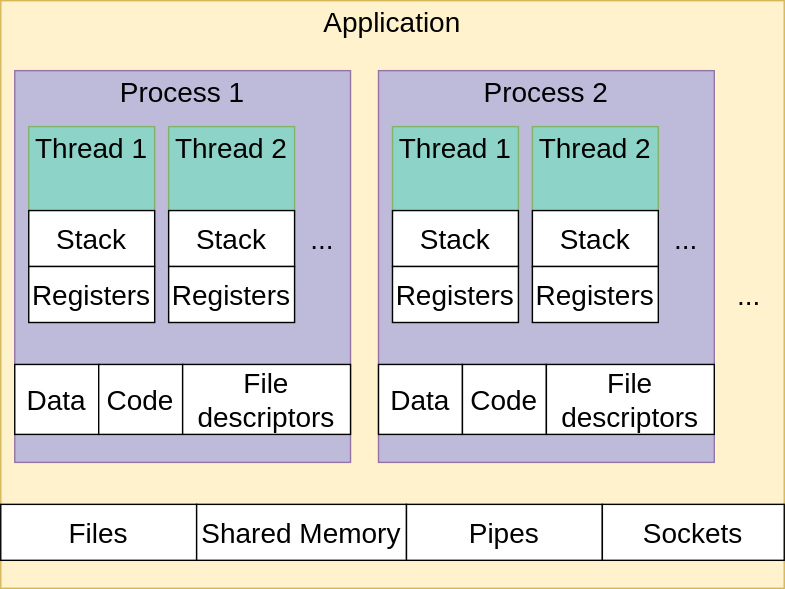
This is content/chapters/compute/lecture/media/app-process-thread.svg from VladNastase/operating-systems, a draw.io export, as it was before one commit. Source tidied: cells renumbered, new cells last; positions are measured from the earlier drawing's top-left corner, leaving out a move shared by most shapes.
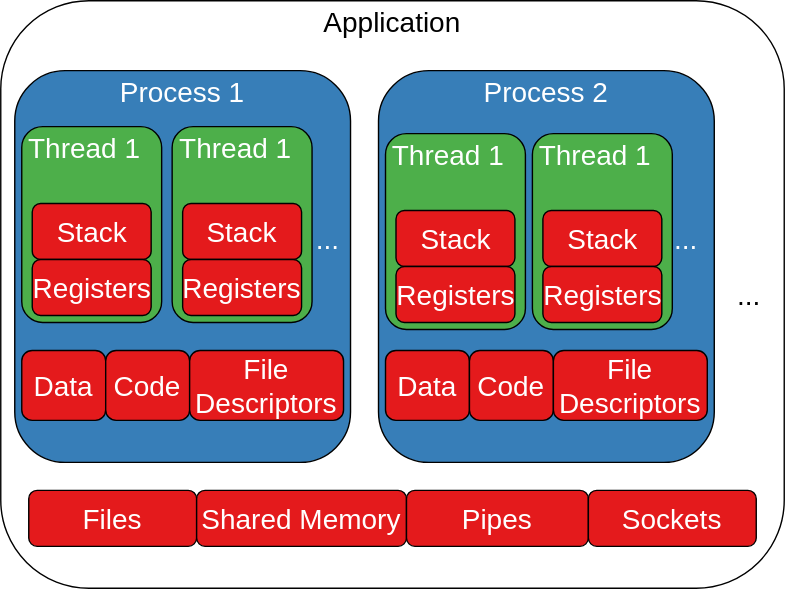
The same file after the commit.

What changed in the source:
```diff
@@ -2,110 +2,110 @@
   <root>
     <mxCell id="0" />
     <mxCell id="1" parent="0" />
-    <mxCell id="2" style="rounded=0;whiteSpace=wrap;html=1;fontSize=20;fillColor=#fff2cc;strokeColor=#d6b656;" parent="1" vertex="1">
+    <mxCell id="2" style="rounded=1;whiteSpace=wrap;html=1;fontSize=20;fillColor=#FFFFFF;strokeColor=#000000;fontColor=#FFFFFF;" parent="1" vertex="1">
       <mxGeometry width="560" height="420" as="geometry" />
     </mxCell>
-    <mxCell id="3" style="rounded=0;whiteSpace=wrap;html=1;fontSize=20;fillColor=#bebada;strokeColor=#9673a6;" parent="1" vertex="1">
+    <mxCell id="3" style="rounded=1;whiteSpace=wrap;html=1;fontSize=20;fillColor=#377eb8;strokeColor=#000000;fontColor=#FFFFFF;" parent="1" vertex="1">
       <mxGeometry x="10" y="50" width="240" height="280" as="geometry" />
     </mxCell>
-    <mxCell id="4" value="Application" style="text;html=1;strokeColor=none;fillColor=none;align=center;verticalAlign=middle;whiteSpace=wrap;rounded=0;fontSize=20;" parent="1" vertex="1">
+    <mxCell id="4" value="Application" style="text;html=1;strokeColor=none;fillColor=none;align=center;verticalAlign=middle;whiteSpace=wrap;rounded=0;fontSize=20;fontColor=#000000;" parent="1" vertex="1">
       <mxGeometry x="230" width="100" height="30" as="geometry" />
     </mxCell>
-    <mxCell id="5" value="Process 1" style="text;html=1;strokeColor=none;fillColor=none;align=center;verticalAlign=middle;whiteSpace=wrap;rounded=0;fontSize=20;" parent="1" vertex="1">
+    <mxCell id="5" value="Process 1" style="text;html=1;strokeColor=none;fillColor=none;align=center;verticalAlign=middle;whiteSpace=wrap;rounded=0;fontSize=20;fontColor=#FFFFFF;" parent="1" vertex="1">
       <mxGeometry x="80" y="50" width="100" height="30" as="geometry" />
     </mxCell>
-    <mxCell id="6" style="rounded=0;whiteSpace=wrap;html=1;fontSize=20;fillColor=#8dd3c7;strokeColor=#82b366;" parent="1" vertex="1">
-      <mxGeometry x="20" y="90" width="90" height="140" as="geometry" />
+    <mxCell id="6" style="rounded=1;whiteSpace=wrap;html=1;fontSize=20;fillColor=#4daf4a;strokeColor=#000000;fontColor=#FFFFFF;" parent="1" vertex="1">
+      <mxGeometry x="15" y="90" width="100" height="140" as="geometry" />
     </mxCell>
-    <mxCell id="7" value="Thread 1" style="text;html=1;strokeColor=none;fillColor=none;align=center;verticalAlign=middle;whiteSpace=wrap;rounded=0;fontSize=20;" parent="1" vertex="1">
-      <mxGeometry x="20" y="90" width="90" height="30" as="geometry" />
+    <mxCell id="7" value="Thread 1" style="text;html=1;strokeColor=none;fillColor=none;align=center;verticalAlign=middle;whiteSpace=wrap;rounded=0;fontSize=20;fontColor=#FFFFFF;" parent="1" vertex="1">
+      <mxGeometry x="15" y="90" width="90" height="30" as="geometry" />
     </mxCell>
-    <mxCell id="8" value="..." style="text;html=1;strokeColor=none;fillColor=none;align=center;verticalAlign=middle;whiteSpace=wrap;rounded=0;fontSize=20;" parent="1" vertex="1">
-      <mxGeometry x="210" y="155" width="40" height="30" as="geometry" />
+    <mxCell id="8" value="..." style="text;html=1;strokeColor=none;fillColor=none;align=center;verticalAlign=middle;whiteSpace=wrap;rounded=0;fontSize=20;fontColor=#FFFFFF;" parent="1" vertex="1">
+      <mxGeometry x="215" y="155" width="37.5" height="30" as="geometry" />
     </mxCell>
-    <mxCell id="9" value="Stack" style="rounded=0;whiteSpace=wrap;html=1;fontSize=20;" parent="1" vertex="1">
-      <mxGeometry x="20" y="150" width="90" height="40" as="geometry" />
-    </mxCell>
-    <mxCell id="10" value="Registers" style="rounded=0;whiteSpace=wrap;html=1;fontSize=20;" parent="1" vertex="1">
-      <mxGeometry x="20" y="190" width="90" height="40" as="geometry" />
-    </mxCell>
-    <mxCell id="11" style="rounded=0;whiteSpace=wrap;html=1;fontSize=20;fillColor=#8dd3c7;strokeColor=#82b366;" parent="1" vertex="1">
-      <mxGeometry x="120" y="90" width="90" height="140" as="geometry" />
-    </mxCell>
-    <mxCell id="12" value="Thread 2" style="text;html=1;strokeColor=none;fillColor=none;align=center;verticalAlign=middle;whiteSpace=wrap;rounded=0;fontSize=20;" parent="1" vertex="1">
-      <mxGeometry x="120" y="90" width="90" height="30" as="geometry" />
-    </mxCell>
-    <mxCell id="13" value="Stack" style="rounded=0;whiteSpace=wrap;html=1;fontSize=20;" parent="1" vertex="1">
-      <mxGeometry x="120" y="150" width="90" height="40" as="geometry" />
-    </mxCell>
-    <mxCell id="14" value="Registers" style="rounded=0;whiteSpace=wrap;html=1;fontSize=20;" parent="1" vertex="1">
-      <mxGeometry x="120" y="190" width="90" height="40" as="geometry" />
-    </mxCell>
-    <mxCell id="15" value="Data" style="rounded=0;whiteSpace=wrap;html=1;fontSize=20;" parent="1" vertex="1">
-      <mxGeometry x="10" y="260" width="60" height="50" as="geometry" />
+    <mxCell id="15" value="Data" style="rounded=1;whiteSpace=wrap;html=1;fontSize=20;fillColor=#E41A1C;fontColor=#FFFFFF;" parent="1" vertex="1">
+      <mxGeometry x="15" y="250" width="60" height="50" as="geometry" />
     </mxCell>
-    <mxCell id="16" value="Code" style="rounded=0;whiteSpace=wrap;html=1;fontSize=20;" parent="1" vertex="1">
-      <mxGeometry x="70" y="260" width="60" height="50" as="geometry" />
+    <mxCell id="16" value="Code" style="rounded=1;whiteSpace=wrap;html=1;fontSize=20;fillColor=#E41A1C;fontColor=#FFFFFF;" parent="1" vertex="1">
+      <mxGeometry x="75" y="250" width="60" height="50" as="geometry" />
     </mxCell>
-    <mxCell id="17" value="File descriptors" style="rounded=0;whiteSpace=wrap;html=1;fontSize=20;" parent="1" vertex="1">
-      <mxGeometry x="130" y="260" width="120" height="50" as="geometry" />
+    <mxCell id="17" value="File Descriptors" style="rounded=1;whiteSpace=wrap;html=1;fontSize=20;fillColor=#E41A1C;fontColor=#FFFFFF;" parent="1" vertex="1">
+      <mxGeometry x="135" y="250" width="110" height="50" as="geometry" />
     </mxCell>
-    <mxCell id="18" style="rounded=0;whiteSpace=wrap;html=1;fontSize=20;fillColor=#bebada;strokeColor=#9673a6;" parent="1" vertex="1">
+    <mxCell id="18" style="rounded=1;whiteSpace=wrap;html=1;fontSize=20;fillColor=#377eb8;strokeColor=#000000;fontColor=#FFFFFF;" parent="1" vertex="1">
       <mxGeometry x="270" y="50" width="240" height="280" as="geometry" />
     </mxCell>
-    <mxCell id="19" value="Process 2" style="text;html=1;strokeColor=none;fillColor=none;align=center;verticalAlign=middle;whiteSpace=wrap;rounded=0;fontSize=20;" parent="1" vertex="1">
+    <mxCell id="19" value="Process 2" style="text;html=1;strokeColor=none;fillColor=none;align=center;verticalAlign=middle;whiteSpace=wrap;rounded=0;fontSize=20;fontColor=#FFFFFF;" parent="1" vertex="1">
       <mxGeometry x="340" y="50" width="100" height="30" as="geometry" />
     </mxCell>
-    <mxCell id="20" style="rounded=0;whiteSpace=wrap;html=1;fontSize=20;fillColor=#8dd3c7;strokeColor=#82b366;" parent="1" vertex="1">
-      <mxGeometry x="280" y="90" width="90" height="140" as="geometry" />
-    </mxCell>
-    <mxCell id="21" value="Thread 1" style="text;html=1;strokeColor=none;fillColor=none;align=center;verticalAlign=middle;whiteSpace=wrap;rounded=0;fontSize=20;" parent="1" vertex="1">
-      <mxGeometry x="280" y="90" width="90" height="30" as="geometry" />
-    </mxCell>
-    <mxCell id="22" value="..." style="text;html=1;strokeColor=none;fillColor=none;align=center;verticalAlign=middle;whiteSpace=wrap;rounded=0;fontSize=20;" parent="1" vertex="1">
+    <mxCell id="22" value="..." style="text;html=1;strokeColor=none;fillColor=none;align=center;verticalAlign=middle;whiteSpace=wrap;rounded=0;fontSize=20;fontColor=#FFFFFF;" parent="1" vertex="1">
       <mxGeometry x="470" y="155" width="40" height="30" as="geometry" />
     </mxCell>
-    <mxCell id="23" value="Stack" style="rounded=0;whiteSpace=wrap;html=1;fontSize=20;" parent="1" vertex="1">
-      <mxGeometry x="280" y="150" width="90" height="40" as="geometry" />
-    </mxCell>
-    <mxCell id="24" value="Registers" style="rounded=0;whiteSpace=wrap;html=1;fontSize=20;" parent="1" vertex="1">
-      <mxGeometry x="280" y="190" width="90" height="40" as="geometry" />
-    </mxCell>
-    <mxCell id="25" style="rounded=0;whiteSpace=wrap;html=1;fontSize=20;fillColor=#8dd3c7;strokeColor=#82b366;" parent="1" vertex="1">
-      <mxGeometry x="380" y="90" width="90" height="140" as="geometry" />
-    </mxCell>
-    <mxCell id="26" value="Thread 2" style="text;html=1;strokeColor=none;fillColor=none;align=center;verticalAlign=middle;whiteSpace=wrap;rounded=0;fontSize=20;" parent="1" vertex="1">
-      <mxGeometry x="380" y="90" width="90" height="30" as="geometry" />
-    </mxCell>
-    <mxCell id="27" value="Stack" style="rounded=0;whiteSpace=wrap;html=1;fontSize=20;" parent="1" vertex="1">
-      <mxGeometry x="380" y="150" width="90" height="40" as="geometry" />
-    </mxCell>
-    <mxCell id="28" value="Registers" style="rounded=0;whiteSpace=wrap;html=1;fontSize=20;" parent="1" vertex="1">
-      <mxGeometry x="380" y="190" width="90" height="40" as="geometry" />
-    </mxCell>
-    <mxCell id="29" value="Data" style="rounded=0;whiteSpace=wrap;html=1;fontSize=20;" parent="1" vertex="1">
-      <mxGeometry x="270" y="260" width="60" height="50" as="geometry" />
-    </mxCell>
-    <mxCell id="30" value="Code" style="rounded=0;whiteSpace=wrap;html=1;fontSize=20;" parent="1" vertex="1">
-      <mxGeometry x="330" y="260" width="60" height="50" as="geometry" />
-    </mxCell>
-    <mxCell id="31" value="File descriptors" style="rounded=0;whiteSpace=wrap;html=1;fontSize=20;" parent="1" vertex="1">
-      <mxGeometry x="390" y="260" width="120" height="50" as="geometry" />
-    </mxCell>
-    <mxCell id="32" value="..." style="text;html=1;strokeColor=none;fillColor=none;align=center;verticalAlign=middle;whiteSpace=wrap;rounded=0;fontSize=20;" parent="1" vertex="1">
+    <mxCell id="32" value="..." style="text;html=1;strokeColor=none;fillColor=none;align=center;verticalAlign=middle;whiteSpace=wrap;rounded=0;fontSize=20;fontColor=#000000;" parent="1" vertex="1">
       <mxGeometry x="510" y="195" width="50" height="30" as="geometry" />
     </mxCell>
-    <mxCell id="33" value="Files" style="rounded=0;whiteSpace=wrap;html=1;fontSize=20;" parent="1" vertex="1">
-      <mxGeometry y="360" width="140" height="40" as="geometry" />
+    <mxCell id="33" value="Files" style="rounded=1;whiteSpace=wrap;html=1;fontSize=20;fillColor=#E41A1C;fontColor=#FFFFFF;" parent="1" vertex="1">
+      <mxGeometry x="20" y="350" width="120" height="40" as="geometry" />
     </mxCell>
-    <mxCell id="34" value="Shared Memory" style="rounded=0;whiteSpace=wrap;html=1;fontSize=20;" parent="1" vertex="1">
-      <mxGeometry x="140" y="360" width="150" height="40" as="geometry" />
+    <mxCell id="34" value="Shared Memory" style="rounded=1;whiteSpace=wrap;html=1;fontSize=20;fillColor=#E41A1C;fontColor=#FFFFFF;" parent="1" vertex="1">
+      <mxGeometry x="140" y="350" width="150" height="40" as="geometry" />
     </mxCell>
-    <mxCell id="35" value="Pipes" style="rounded=0;whiteSpace=wrap;html=1;fontSize=20;" parent="1" vertex="1">
-      <mxGeometry x="290" y="360" width="140" height="40" as="geometry" />
+    <mxCell id="35" value="Pipes" style="rounded=1;whiteSpace=wrap;html=1;fontSize=20;fillColor=#E41A1C;fontColor=#FFFFFF;" parent="1" vertex="1">
+      <mxGeometry x="290" y="350" width="130" height="40" as="geometry" />
     </mxCell>
-    <mxCell id="36" value="Sockets" style="rounded=0;whiteSpace=wrap;html=1;fontSize=20;" parent="1" vertex="1">
-      <mxGeometry x="430" y="360" width="130" height="40" as="geometry" />
+    <mxCell id="36" value="Sockets" style="rounded=1;whiteSpace=wrap;html=1;fontSize=20;fillColor=#E41A1C;fontColor=#FFFFFF;" parent="1" vertex="1">
+      <mxGeometry x="420" y="350" width="120" height="40" as="geometry" />
     </mxCell>
+    <mxCell id="29" value="Data" style="rounded=1;whiteSpace=wrap;html=1;fontSize=20;fillColor=#E41A1C;fontColor=#FFFFFF;" parent="1" vertex="1">
+      <mxGeometry x="275" y="250" width="60" height="50" as="geometry" />
+    </mxCell>
+    <mxCell id="30" value="Code" style="rounded=1;whiteSpace=wrap;html=1;fontSize=20;fillColor=#E41A1C;fontColor=#FFFFFF;" parent="1" vertex="1">
+      <mxGeometry x="335" y="250" width="60" height="50" as="geometry" />
+    </mxCell>
+    <mxCell id="37" value="File Descriptors" style="rounded=1;whiteSpace=wrap;html=1;fontSize=20;fillColor=#E41A1C;fontColor=#FFFFFF;" parent="1" vertex="1">
+      <mxGeometry x="395" y="250" width="110" height="50" as="geometry" />
+    </mxCell>
+    <mxCell id="38" value="Stack" style="rounded=1;whiteSpace=wrap;html=1;fontSize=20;fillColor=#E41A1C;fontColor=#FFFFFF;" parent="1" vertex="1">
+      <mxGeometry x="22.5" y="145" width="85" height="40" as="geometry" />
+    </mxCell>
+    <mxCell id="39" value="Registers" style="rounded=1;whiteSpace=wrap;html=1;fontSize=20;fillColor=#E41A1C;fontColor=#FFFFFF;" parent="1" vertex="1">
+      <mxGeometry x="22.5" y="185" width="85" height="40" as="geometry" />
+    </mxCell>
+    <mxCell id="40" style="rounded=1;whiteSpace=wrap;html=1;fontSize=20;fillColor=#4daf4a;strokeColor=#000000;fontColor=#FFFFFF;" parent="1" vertex="1">
+      <mxGeometry x="122.5" y="90" width="100" height="140" as="geometry" />
+    </mxCell>
+    <mxCell id="41" value="Thread 1" style="text;html=1;strokeColor=none;fillColor=none;align=center;verticalAlign=middle;whiteSpace=wrap;rounded=0;fontSize=20;fontColor=#FFFFFF;" parent="1" vertex="1">
+      <mxGeometry x="122.5" y="90" width="90" height="30" as="geometry" />
+    </mxCell>
+    <mxCell id="42" value="Stack" style="rounded=1;whiteSpace=wrap;html=1;fontSize=20;fillColor=#E41A1C;fontColor=#FFFFFF;" parent="1" vertex="1">
+      <mxGeometry x="130" y="145" width="85" height="40" as="geometry" />
+    </mxCell>
+    <mxCell id="43" value="Registers" style="rounded=1;whiteSpace=wrap;html=1;fontSize=20;fillColor=#E41A1C;fontColor=#FFFFFF;" parent="1" vertex="1">
+      <mxGeometry x="130" y="185" width="85" height="40" as="geometry" />
+    </mxCell>
+    <mxCell id="44" style="rounded=1;whiteSpace=wrap;html=1;fontSize=20;fillColor=#4daf4a;strokeColor=#000000;fontColor=#FFFFFF;" parent="1" vertex="1">
+      <mxGeometry x="275" y="95" width="100" height="140" as="geometry" />
+    </mxCell>
+    <mxCell id="45" value="Thread 1" style="text;html=1;strokeColor=none;fillColor=none;align=center;verticalAlign=middle;whiteSpace=wrap;rounded=0;fontSize=20;fontColor=#FFFFFF;" parent="1" vertex="1">
+      <mxGeometry x="275" y="95" width="90" height="30" as="geometry" />
+    </mxCell>
+    <mxCell id="46" value="Stack" style="rounded=1;whiteSpace=wrap;html=1;fontSize=20;fillColor=#E41A1C;fontColor=#FFFFFF;" parent="1" vertex="1">
+      <mxGeometry x="282.5" y="150" width="85" height="40" as="geometry" />
+    </mxCell>
+    <mxCell id="47" value="Registers" style="rounded=1;whiteSpace=wrap;html=1;fontSize=20;fillColor=#E41A1C;fontColor=#FFFFFF;" parent="1" vertex="1">
+      <mxGeometry x="282.5" y="190" width="85" height="40" as="geometry" />
+    </mxCell>
+    <mxCell id="48" style="rounded=1;whiteSpace=wrap;html=1;fontSize=20;fillColor=#4daf4a;strokeColor=#000000;fontColor=#FFFFFF;" parent="1" vertex="1">
+      <mxGeometry x="380" y="95" width="100" height="140" as="geometry" />
+    </mxCell>
+    <mxCell id="49" value="Thread 1" style="text;html=1;strokeColor=none;fillColor=none;align=center;verticalAlign=middle;whiteSpace=wrap;rounded=0;fontSize=20;fontColor=#FFFFFF;" parent="1" vertex="1">
+      <mxGeometry x="380" y="95" width="90" height="30" as="geometry" />
+    </mxCell>
+    <mxCell id="50" value="Stack" style="rounded=1;whiteSpace=wrap;html=1;fontSize=20;fillColor=#E41A1C;fontColor=#FFFFFF;" parent="1" vertex="1">
+      <mxGeometry x="387.5" y="150" width="85" height="40" as="geometry" />
+    </mxCell>
+    <mxCell id="51" value="Registers" style="rounded=1;whiteSpace=wrap;html=1;fontSize=20;fillColor=#E41A1C;fontColor=#FFFFFF;" parent="1" vertex="1">
+      <mxGeometry x="387.5" y="190" width="85" height="40" as="geometry" />
+    </mxCell>
   </root>
 </mxGraphModel>
```
